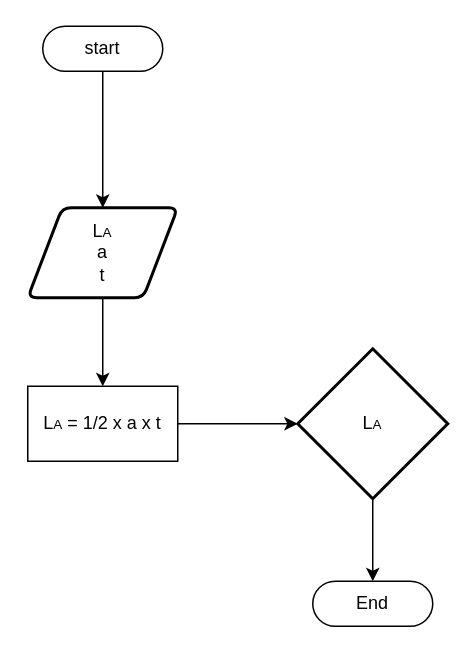
This is Menghitung luas segitiga.drawio from chelly010/algo_B_23241058_, a draw.io file, before an edit. Source tidied: cells renumbered, new cells numbered last; positions are measured from the earlier drawing's top-left corner, leaving out a move shared by most shapes. Both pictures are drawn from the tidied source at 150%, with x=0, y=0 at pixel (27, 26).
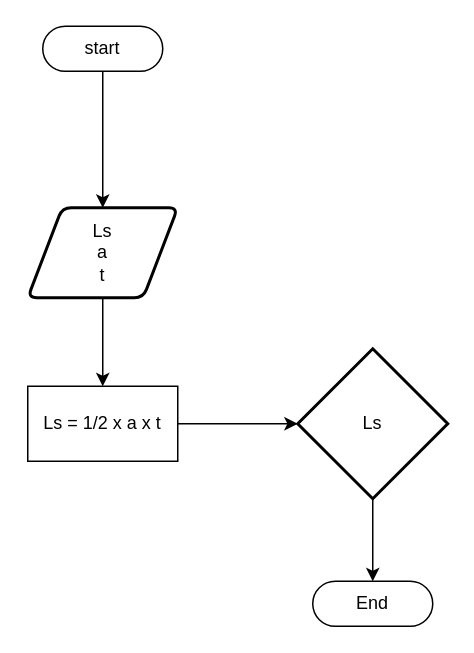
The same diagram, later.

The edit, as a diff of the source:
```diff
@@
 <mxGraphModel>
   <root>
     <mxCell id="0" />
     <mxCell id="1" parent="0" />
     <mxCell id="2" style="edgeStyle=orthogonalEdgeStyle;rounded=0;jettySize=auto;html=1;" parent="1" edge="1" source="3" target="5">
       <mxGeometry relative="1" as="geometry" />
     </mxCell>
     <mxCell id="3" value="start" style="html=1;dashed=0;whiteSpace=wrap;shape=mxgraph.dfd.start;" parent="1" vertex="1">
       <mxGeometry x="10" width="80" height="30" as="geometry" />
     </mxCell>
     <mxCell id="4" style="edgeStyle=orthogonalEdgeStyle;rounded=0;jettySize=auto;html=1;" parent="1" edge="1" source="5" target="7">
       <mxGeometry relative="1" as="geometry" />
     </mxCell>
-    <mxCell id="5" value="&lt;div&gt;L&lt;font style=&quot;font-size: 9px;&quot;&gt;A&lt;/font&gt;&lt;/div&gt;&lt;div&gt;&lt;font style=&quot;font-size: 12px;&quot;&gt;a&lt;/font&gt;&lt;/div&gt;&lt;div&gt;&lt;font style=&quot;font-size: 12px;&quot;&gt;t&lt;br&gt;&lt;/font&gt;&lt;/div&gt;" style="shape=parallelogram;html=1;strokeWidth=2;perimeter=parallelogramPerimeter;whiteSpace=wrap;rounded=1;arcSize=12;size=0.23;" parent="1" vertex="1">
+    <mxCell id="5" value="&lt;div&gt;Ls&lt;/div&gt;&lt;div&gt;&lt;font style=&quot;font-size: 12px;&quot;&gt;a&lt;/font&gt;&lt;/div&gt;&lt;div&gt;&lt;font style=&quot;font-size: 12px;&quot;&gt;t&lt;br&gt;&lt;/font&gt;&lt;/div&gt;" style="shape=parallelogram;html=1;strokeWidth=2;perimeter=parallelogramPerimeter;whiteSpace=wrap;rounded=1;arcSize=12;size=0.23;" parent="1" vertex="1">
       <mxGeometry y="121" width="100" height="60" as="geometry" />
     </mxCell>
     <mxCell id="6" style="edgeStyle=orthogonalEdgeStyle;rounded=0;jettySize=auto;html=1;" parent="1" edge="1" source="7" target="9">
       <mxGeometry relative="1" as="geometry" />
     </mxCell>
-    <mxCell id="7" value="L&lt;font style=&quot;font-size: 9px;&quot;&gt;A&lt;/font&gt; = 1/2 x a x t" style="html=1;dashed=0;whiteSpace=wrap;" parent="1" vertex="1">
+    <mxCell id="7" value="Ls = 1/2 x a x t" style="html=1;dashed=0;whiteSpace=wrap;" parent="1" vertex="1">
       <mxGeometry y="240" width="100" height="50" as="geometry" />
     </mxCell>
     <mxCell id="8" style="edgeStyle=orthogonalEdgeStyle;rounded=0;jettySize=auto;html=1;" parent="1" edge="1" source="9" target="10">
       <mxGeometry relative="1" as="geometry" />
     </mxCell>
-    <mxCell id="9" value="L&lt;font style=&quot;font-size: 9px;&quot;&gt;A&lt;/font&gt;" style="strokeWidth=2;html=1;shape=mxgraph.flowchart.decision;whiteSpace=wrap;" parent="1" vertex="1">
+    <mxCell id="9" value="Ls" style="strokeWidth=2;html=1;shape=mxgraph.flowchart.decision;whiteSpace=wrap;" parent="1" vertex="1">
       <mxGeometry x="180" y="215" width="100" height="100" as="geometry" />
     </mxCell>
     <mxCell id="10" value="End" style="html=1;dashed=0;whiteSpace=wrap;shape=mxgraph.dfd.start;" parent="1" vertex="1">
       <mxGeometry x="190" y="370" width="80" height="30" as="geometry" />
     </mxCell>
   </root>
 </mxGraphModel>
```
